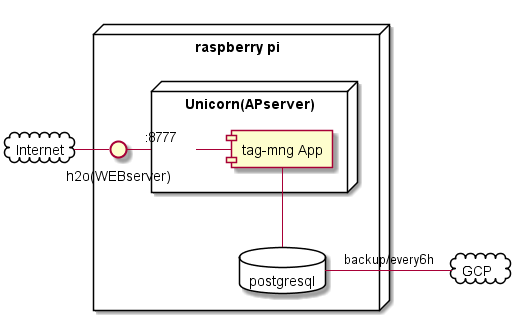
Above: arc/arc.png in ddddddO/memo (PlantUML), before the change.
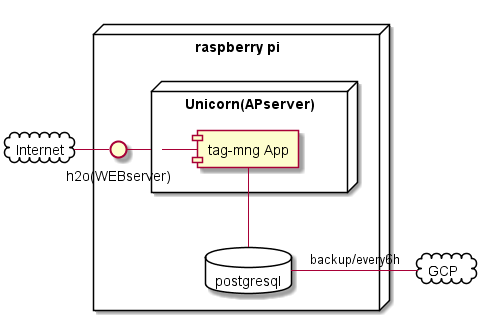
The same file after the commit.

What changed in the source:
```diff
@@ -22,7 +22,7 @@
 
 
 internet - h2o
-h2o - unicorn : :8777
+h2o - unicorn
 unicorn - tag_mng_app
 tag_mng_app -- postgres
 postgres - gcp : backup/every6h
```
